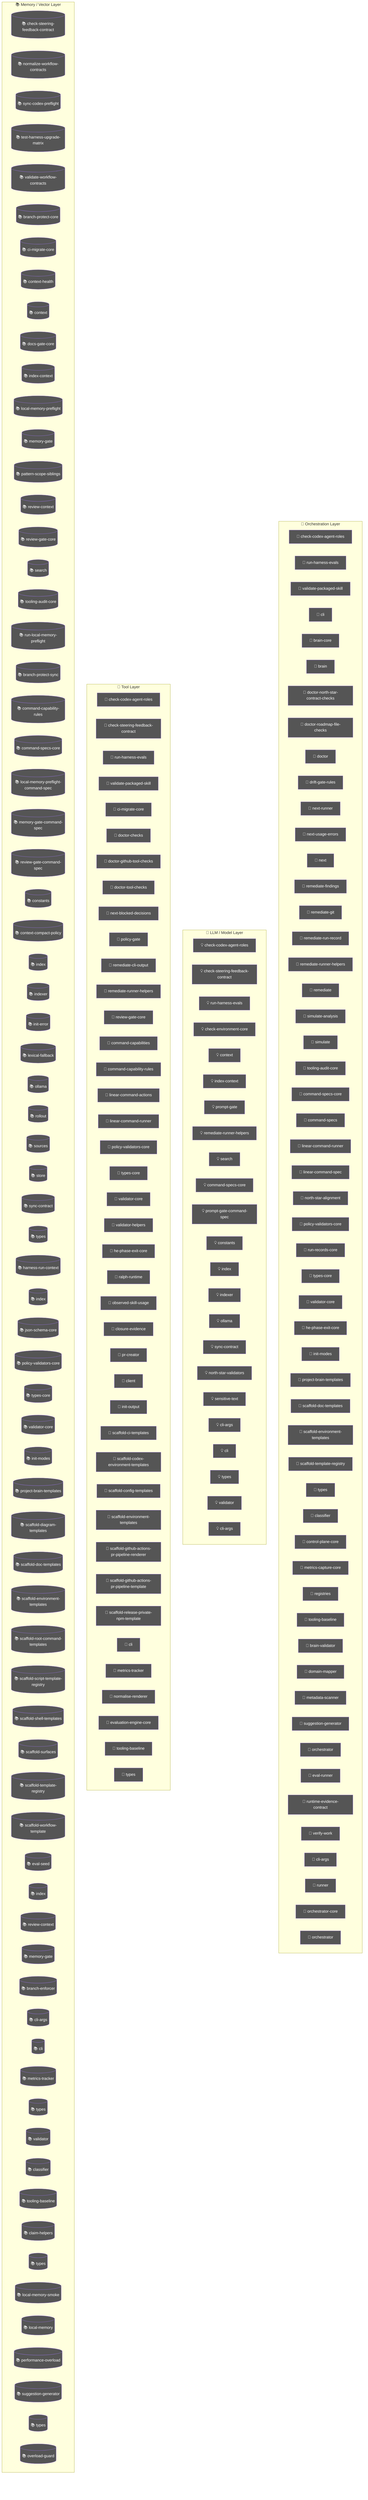
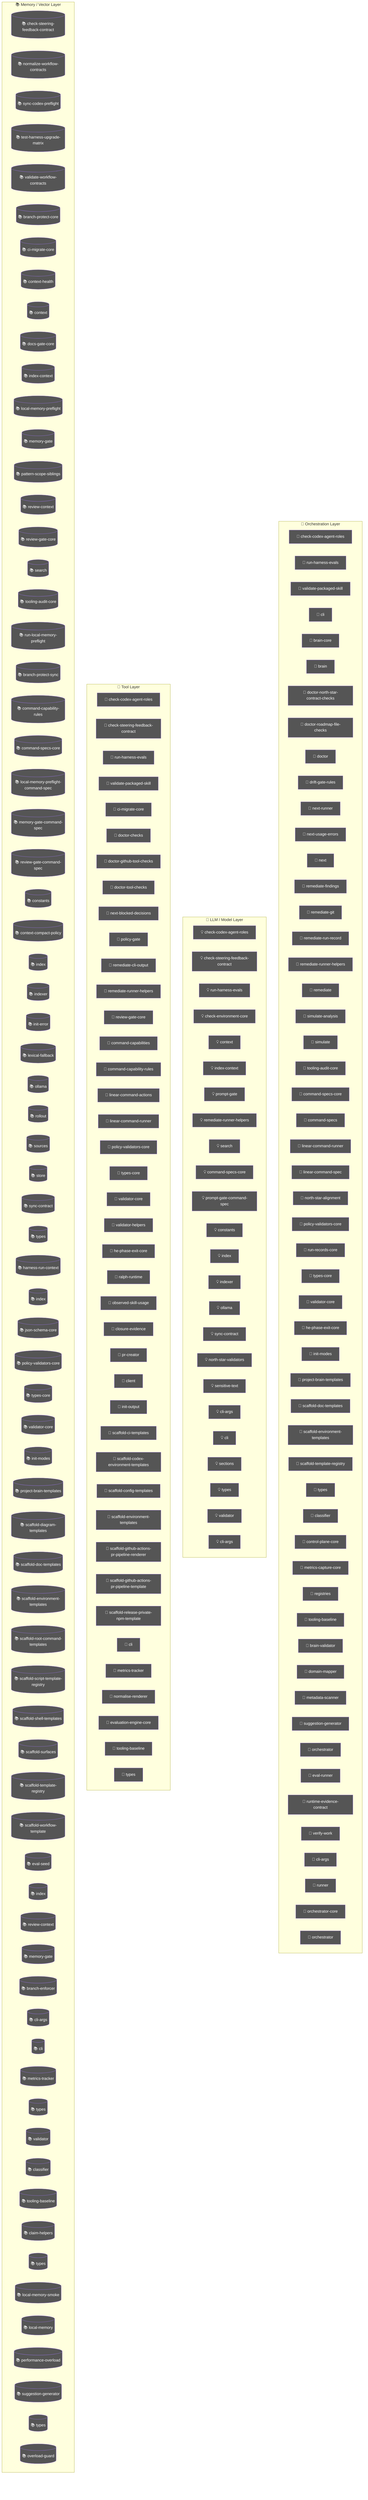
flowchart TD
  subgraph Orchestration["🎯 Orchestration Layer"]
    node_agent_mmd_orchestration_layer_orchestration_chec_7a9f0b64["🤖 check-codex-agent-roles"]
    node_agent_mmd_orchestration_layer_orchestration_run__18817957["🤖 run-harness-evals"]
    node_agent_mmd_orchestration_layer_orchestration_vali_c01b04be["🤖 validate-packaged-skill"]
    cli_99bb8840["🤖 cli"]
    brain_core_aa07c380["🤖 brain-core"]
    brain_bbbf7a64["🤖 brain"]
    doctor_north_star_contract_checks_0048124c["🤖 doctor-north-star-contract-checks"]
    doctor_roadmap_file_checks_14447b8e["🤖 doctor-roadmap-file-checks"]
    doctor_72f4be89["🤖 doctor"]
    drift_gate_rules_9685e72d["🤖 drift-gate-rules"]
    next_runner_41643472["🤖 next-runner"]
    next_usage_errors_837a345a["🤖 next-usage-errors"]
    next_c6c1c9a9["🤖 next"]
    remediate_findings_8b09c8c6["🤖 remediate-findings"]
    remediate_git_58c6f6f4["🤖 remediate-git"]
    remediate_run_record_9dfe5dc1["🤖 remediate-run-record"]
    node_agent_mmd_orchestration_layer_orchestration_reme_359fe98f["🤖 remediate-runner-helpers"]
    remediate_06b9c7fc["🤖 remediate"]
    simulate_analysis_164a460c["🤖 simulate-analysis"]
    simulate_b9efe395["🤖 simulate"]
    node_agent_mmd_orchestration_layer_orchestration_tool_acfe0c01["🤖 tooling-audit-core"]
    node_agent_mmd_orchestration_layer_orchestration_comm_1f8cc24c["🤖 command-specs-core"]
    command_specs_69167c63["🤖 command-specs"]
    node_agent_mmd_orchestration_layer_orchestration_line_b67affd5["🤖 linear-command-runner"]
    linear_command_spec_1e12dd44["🤖 linear-command-spec"]
    north_star_alignment_00440188["🤖 north-star-alignment"]
    node_agent_mmd_orchestration_layer_orchestration_poli_3270b55d["🤖 policy-validators-core"]
    run_records_core_89286dfa["🤖 run-records-core"]
    node_agent_mmd_orchestration_layer_orchestration_type_7cf81261["🤖 types-core"]
    node_agent_mmd_orchestration_layer_orchestration_vali_d9fe99e6["🤖 validator-core"]
    node_agent_mmd_orchestration_layer_orchestration_he_p_fc778c24["🤖 he-phase-exit-core"]
    node_agent_mmd_orchestration_layer_orchestration_init_2a9c3ecb["🤖 init-modes"]
    node_agent_mmd_orchestration_layer_orchestration_proj_6ab6f60f["🤖 project-brain-templates"]
    node_agent_mmd_orchestration_layer_orchestration_scaf_12cc07db["🤖 scaffold-doc-templates"]
    node_agent_mmd_orchestration_layer_orchestration_scaf_c9a90c2f["🤖 scaffold-environment-templates"]
    node_agent_mmd_orchestration_layer_orchestration_scaf_ff8f92f6["🤖 scaffold-template-registry"]
    types_9_1db4641f["🤖 types"]
    node_agent_mmd_orchestration_layer_orchestration_clas_899b821a["🤖 classifier"]
    control_plane_core_db3b4cb2["🤖 control-plane-core"]
    metrics_capture_core_db4bf7cf["🤖 metrics-capture-core"]
    registries_06402afa["🤖 registries"]
    node_agent_mmd_orchestration_layer_orchestration_tool_cc43149f["🤖 tooling-baseline"]
    brain_validator_be251832["🤖 brain-validator"]
    domain_mapper_cd9333d2["🤖 domain-mapper"]
    metadata_scanner_6a101b66["🤖 metadata-scanner"]
    node_agent_mmd_orchestration_layer_orchestration_sugg_85c5ebe3["🤖 suggestion-generator"]
    orchestrator_11376b7e["🤖 orchestrator"]
    eval_runner_0966a6b3["🤖 eval-runner"]
    runtime_evidence_contract_0f7b15b2["🤖 runtime-evidence-contract"]
    verify_work_1_cd8e7ec3["🤖 verify-work"]
    cli_args_8_d546936e["🤖 cli-args"]
    runner_527aa9f4["🤖 runner"]
    orchestrator_core_d0678b53["🤖 orchestrator-core"]
    orchestrator_1_6b7137c5["🤖 orchestrator"]
  end
  subgraph LLMLayer["🧠 LLM / Model Layer"]
    node_agent_mmd_llm_model_layer_llmlayer_check_codex_a_29e7b7fa["💡 check-codex-agent-roles"]
    node_agent_mmd_llm_model_layer_llmlayer_check_steerin_a7dbbd2f["💡 check-steering-feedback-contract"]
    node_agent_mmd_llm_model_layer_llmlayer_run_harness_e_603fcfdc["💡 run-harness-evals"]
    check_environment_core_2c16213f["💡 check-environment-core"]
    node_agent_mmd_llm_model_layer_llmlayer_context_conte_ad2dfbd9["💡 context"]
    node_agent_mmd_llm_model_layer_llmlayer_index_context_1041bd11["💡 index-context"]
    prompt_gate_c5e9d207["💡 prompt-gate"]
    node_agent_mmd_llm_model_layer_llmlayer_remediate_run_9e3d4585["💡 remediate-runner-helpers"]
    node_agent_mmd_llm_model_layer_llmlayer_search_search_66b9a911["💡 search"]
    node_agent_mmd_llm_model_layer_llmlayer_command_specs_782af9fa["💡 command-specs-core"]
    prompt_gate_command_spec_9a941482["💡 prompt-gate-command-spec"]
    node_agent_mmd_llm_model_layer_llmlayer_constants_con_c9bd3f6c["💡 constants"]
    node_agent_mmd_llm_model_layer_llmlayer_index_index_1_02e160ff["💡 index"]
    node_agent_mmd_llm_model_layer_llmlayer_indexer_index_4f4deef5["💡 indexer"]
    node_agent_mmd_llm_model_layer_llmlayer_ollama_ollama_968b23fa["💡 ollama"]
    node_agent_mmd_llm_model_layer_llmlayer_sync_contract_9f3cc8c1["💡 sync-contract"]
    north_star_validators_cfc926ce["💡 north-star-validators"]
    sensitive_text_7c11f760["💡 sensitive-text"]
    cli_args_5_09ea29f0["💡 cli-args"]
    cli_6_eac72be2["💡 cli"]
+     sections_4697ef32["💡 sections"]
    types_19_eb4ad5f0["💡 types"]
    validator_6_3688adbf["💡 validator"]
    cli_args_6_be6244ad["💡 cli-args"]
  end
  subgraph ToolLayer["🔧 Tool Layer"]
    node_agent_mmd_tool_layer_toollayer_check_codex_agent_4b361d5a["🔧 check-codex-agent-roles"]
    node_agent_mmd_tool_layer_toollayer_check_steering_fe_84ed22c2["🔧 check-steering-feedback-contract"]
    node_agent_mmd_tool_layer_toollayer_run_harness_evals_e2ee24f1["🔧 run-harness-evals"]
    node_agent_mmd_tool_layer_toollayer_validate_packaged_f6ed6f12["🔧 validate-packaged-skill"]
    node_agent_mmd_tool_layer_toollayer_ci_migrate_core_c_049f8460["🔧 ci-migrate-core"]
    doctor_checks_5a2eb2b9["🔧 doctor-checks"]
    doctor_github_tool_checks_a53b0382["🔧 doctor-github-tool-checks"]
    doctor_tool_checks_4acac51a["🔧 doctor-tool-checks"]
    next_blocked_decisions_4140ad2b["🔧 next-blocked-decisions"]
    policy_gate_213f7313["🔧 policy-gate"]
    remediate_cli_output_cc165396["🔧 remediate-cli-output"]
    node_agent_mmd_tool_layer_toollayer_remediate_runner__c003b871["🔧 remediate-runner-helpers"]
    node_agent_mmd_tool_layer_toollayer_review_gate_core__7704598b["🔧 review-gate-core"]
    command_capabilities_a4d5c71e["🔧 command-capabilities"]
    node_agent_mmd_tool_layer_toollayer_command_capabilit_e97a4615["🔧 command-capability-rules"]
    linear_command_actions_e430f4f4["🔧 linear-command-actions"]
    node_agent_mmd_tool_layer_toollayer_linear_command_ru_d6763748["🔧 linear-command-runner"]
    node_agent_mmd_tool_layer_toollayer_policy_validators_af136abf["🔧 policy-validators-core"]
    node_agent_mmd_tool_layer_toollayer_types_core_types__6c8319b6["🔧 types-core"]
    node_agent_mmd_tool_layer_toollayer_validator_core_va_6ef6131f["🔧 validator-core"]
    validator_helpers_7b927667["🔧 validator-helpers"]
    node_agent_mmd_tool_layer_toollayer_he_phase_exit_cor_af016160["🔧 he-phase-exit-core"]
    ralph_runtime_73d63c0e["🔧 ralph-runtime"]
    observed_skill_usage_ed7d5930["🔧 observed-skill-usage"]
    closure_evidence_aaa31467["🔧 closure-evidence"]
    pr_creator_dc6b1ea4["🔧 pr-creator"]
    client_948fe603["🔧 client"]
    init_output_360dce91["🔧 init-output"]
    scaffold_ci_templates_2afd6392["🔧 scaffold-ci-templates"]
    scaffold_codex_environment_templates_334fbbed["🔧 scaffold-codex-environment-templates"]
    scaffold_config_templates_4b80ce53["🔧 scaffold-config-templates"]
    node_agent_mmd_tool_layer_toollayer_scaffold_environm_c1afc013["🔧 scaffold-environment-templates"]
    scaffold_github_actions_pr_pipeline_renderer_1ee18de5["🔧 scaffold-github-actions-pr-pipeline-renderer"]
    scaffold_github_actions_pr_pipeline_template_e2b85f62["🔧 scaffold-github-actions-pr-pipeline-template"]
    scaffold_release_private_npm_template_075499f8["🔧 scaffold-release-private-npm-template"]
    node_agent_mmd_tool_layer_toollayer_cli_cli_2_1_32d9eeaf["🔧 cli"]
    node_agent_mmd_tool_layer_toollayer_metrics_tracker_m_4c9237d8["🔧 metrics-tracker"]
    normalise_renderer_85f2e563["🔧 normalise-renderer"]
    evaluation_engine_core_e054fe49["🔧 evaluation-engine-core"]
    node_agent_mmd_tool_layer_toollayer_tooling_baseline__61e66e9f["🔧 tooling-baseline"]
    types_25_89d086aa["🔧 types"]
  end
  subgraph MemoryLayer["📚 Memory / Vector Layer"]
    node_agent_mmd_memory_vector_layer_memorylayer_check__d71f8993[("📚 check-steering-feedback-contract")]
    normalize_workflow_contracts_8701f1c8[("📚 normalize-workflow-contracts")]
    sync_codex_preflight_7e7a8dc2[("📚 sync-codex-preflight")]
    test_harness_upgrade_matrix_84113c4e[("📚 test-harness-upgrade-matrix")]
    validate_workflow_contracts_33dc063c[("📚 validate-workflow-contracts")]
    branch_protect_core_a8feb0fd[("📚 branch-protect-core")]
    node_agent_mmd_memory_vector_layer_memorylayer_ci_mig_0cd5b1a4[("📚 ci-migrate-core")]
    context_health_80bb7da9[("📚 context-health")]
    node_agent_mmd_memory_vector_layer_memorylayer_contex_78ceaaa9[("📚 context")]
    docs_gate_core_eb9b6c18[("📚 docs-gate-core")]
    node_agent_mmd_memory_vector_layer_memorylayer_index__6f3402d0[("📚 index-context")]
    local_memory_preflight_dcc36c42[("📚 local-memory-preflight")]
    memory_gate_a577a506[("📚 memory-gate")]
    pattern_scope_siblings_43abe000[("📚 pattern-scope-siblings")]
    review_context_ca6cf81d[("📚 review-context")]
    node_agent_mmd_memory_vector_layer_memorylayer_review_5bee9816[("📚 review-gate-core")]
    node_agent_mmd_memory_vector_layer_memorylayer_search_ac35cb7e[("📚 search")]
    node_agent_mmd_memory_vector_layer_memorylayer_toolin_a1185b8f[("📚 tooling-audit-core")]
    run_local_memory_preflight_36e92808[("📚 run-local-memory-preflight")]
    branch_protect_sync_570adb18[("📚 branch-protect-sync")]
    node_agent_mmd_memory_vector_layer_memorylayer_comman_c72a5d05[("📚 command-capability-rules")]
    node_agent_mmd_memory_vector_layer_memorylayer_comman_111eb454[("📚 command-specs-core")]
    local_memory_preflight_command_spec_9e23f3ce[("📚 local-memory-preflight-command-spec")]
    memory_gate_command_spec_dc9001a9[("📚 memory-gate-command-spec")]
    review_gate_command_spec_3187376a[("📚 review-gate-command-spec")]
    node_agent_mmd_memory_vector_layer_memorylayer_consta_702d3f46[("📚 constants")]
    context_compact_policy_3dcaf95d[("📚 context-compact-policy")]
    node_agent_mmd_memory_vector_layer_memorylayer_index__752bc61e[("📚 index")]
    node_agent_mmd_memory_vector_layer_memorylayer_indexe_93e6d86f[("📚 indexer")]
    init_error_5c7dd49f[("📚 init-error")]
    lexical_fallback_723e2b3e[("📚 lexical-fallback")]
    node_agent_mmd_memory_vector_layer_memorylayer_ollama_6d51be16[("📚 ollama")]
    rollout_a4fa034c[("📚 rollout")]
    sources_878a52fc[("📚 sources")]
    store_824d80d7[("📚 store")]
    node_agent_mmd_memory_vector_layer_memorylayer_sync_c_e43418bc[("📚 sync-contract")]
    types_4_822d0f88[("📚 types")]
    harness_run_context_ac7c77a9[("📚 harness-run-context")]
    index_1_faebc14e[("📚 index")]
    json_schema_core_96d7e328[("📚 json-schema-core")]
    node_agent_mmd_memory_vector_layer_memorylayer_policy_1944de42[("📚 policy-validators-core")]
    node_agent_mmd_memory_vector_layer_memorylayer_types__83f369fa[("📚 types-core")]
    node_agent_mmd_memory_vector_layer_memorylayer_valida_41034356[("📚 validator-core")]
    node_agent_mmd_memory_vector_layer_memorylayer_init_m_333d02c5[("📚 init-modes")]
    node_agent_mmd_memory_vector_layer_memorylayer_projec_3ae304d9[("📚 project-brain-templates")]
    scaffold_diagram_templates_dd88e83c[("📚 scaffold-diagram-templates")]
    node_agent_mmd_memory_vector_layer_memorylayer_scaffo_5fd73b94[("📚 scaffold-doc-templates")]
    node_agent_mmd_memory_vector_layer_memorylayer_scaffo_12b42341[("📚 scaffold-environment-templates")]
    scaffold_root_command_templates_404fed7f[("📚 scaffold-root-command-templates")]
    scaffold_script_template_registry_69312d4e[("📚 scaffold-script-template-registry")]
    scaffold_shell_templates_0ad0f915[("📚 scaffold-shell-templates")]
    scaffold_surfaces_12d6494e[("📚 scaffold-surfaces")]
    node_agent_mmd_memory_vector_layer_memorylayer_scaffo_a86eece1[("📚 scaffold-template-registry")]
    scaffold_workflow_template_92310587[("📚 scaffold-workflow-template")]
    eval_seed_5699fd3e[("📚 eval-seed")]
    index_4_013aa0e3[("📚 index")]
    review_context_1_e3afed15[("📚 review-context")]
    memory_gate_1_265164ac[("📚 memory-gate")]
    branch_enforcer_acb749cd[("📚 branch-enforcer")]
    cli_args_2_81c58cf7[("📚 cli-args")]
    node_agent_mmd_memory_vector_layer_memorylayer_cli_cl_1f1f89ab[("📚 cli")]
    node_agent_mmd_memory_vector_layer_memorylayer_metric_12562178[("📚 metrics-tracker")]
    types_11_4be3ee64[("📚 types")]
    validator_4_5180cf23[("📚 validator")]
    node_agent_mmd_memory_vector_layer_memorylayer_classi_1ebbf5ff[("📚 classifier")]
    node_agent_mmd_memory_vector_layer_memorylayer_toolin_14f86b00[("📚 tooling-baseline")]
    claim_helpers_20dc8387[("📚 claim-helpers")]
    types_16_0fae1112[("📚 types")]
    local_memory_smoke_1175abfc[("📚 local-memory-smoke")]
    local_memory_0db17ecc[("📚 local-memory")]
    performance_overload_c685bfcf[("📚 performance-overload")]
    node_agent_mmd_memory_vector_layer_memorylayer_sugges_267f408d[("📚 suggestion-generator")]
    types_23_4352ee2e[("📚 types")]
    overload_guard_2748c559[("📚 overload-guard")]
  end
  classDef agentNode fill:#555,color:#fff
  class node_agent_mmd_orchestration_layer_orchestration_chec_7a9f0b64,node_agent_mmd_llm_model_layer_llmlayer_check_codex_a_29e7b7fa,node_agent_mmd_tool_layer_toollayer_check_codex_agent_4b361d5a,node_agent_mmd_orchestration_layer_orchestration_run__18817957,node_agent_mmd_llm_model_layer_llmlayer_run_harness_e_603fcfdc,node_agent_mmd_tool_layer_toollayer_run_harness_evals_e2ee24f1,node_agent_mmd_orchestration_layer_orchestration_vali_c01b04be,node_agent_mmd_tool_layer_toollayer_validate_packaged_f6ed6f12,cli_99bb8840,brain_core_aa07c380,brain_bbbf7a64,doctor_north_star_contract_checks_0048124c,doctor_roadmap_file_checks_14447b8e,doctor_72f4be89,drift_gate_rules_9685e72d,next_runner_41643472,next_usage_errors_837a345a,next_c6c1c9a9,remediate_findings_8b09c8c6,remediate_git_58c6f6f4,remediate_run_record_9dfe5dc1,node_agent_mmd_orchestration_layer_orchestration_reme_359fe98f,node_agent_mmd_llm_model_layer_llmlayer_remediate_run_9e3d4585,node_agent_mmd_tool_layer_toollayer_remediate_runner__c003b871,remediate_06b9c7fc,simulate_analysis_164a460c,simulate_b9efe395,node_agent_mmd_orchestration_layer_orchestration_tool_acfe0c01,node_agent_mmd_memory_vector_layer_memorylayer_toolin_a1185b8f,node_agent_mmd_orchestration_layer_orchestration_comm_1f8cc24c,node_agent_mmd_llm_model_layer_llmlayer_command_specs_782af9fa,node_agent_mmd_memory_vector_layer_memorylayer_comman_111eb454,command_specs_69167c63,node_agent_mmd_orchestration_layer_orchestration_line_b67affd5,node_agent_mmd_tool_layer_toollayer_linear_command_ru_d6763748,linear_command_spec_1e12dd44,north_star_alignment_00440188,node_agent_mmd_orchestration_layer_orchestration_poli_3270b55d,node_agent_mmd_tool_layer_toollayer_policy_validators_af136abf,node_agent_mmd_memory_vector_layer_memorylayer_policy_1944de42,run_records_core_89286dfa,node_agent_mmd_orchestration_layer_orchestration_type_7cf81261,node_agent_mmd_tool_layer_toollayer_types_core_types__6c8319b6,node_agent_mmd_memory_vector_layer_memorylayer_types__83f369fa,node_agent_mmd_orchestration_layer_orchestration_vali_d9fe99e6,node_agent_mmd_tool_layer_toollayer_validator_core_va_6ef6131f,node_agent_mmd_memory_vector_layer_memorylayer_valida_41034356,node_agent_mmd_orchestration_layer_orchestration_he_p_fc778c24,node_agent_mmd_tool_layer_toollayer_he_phase_exit_cor_af016160,node_agent_mmd_orchestration_layer_orchestration_init_2a9c3ecb,node_agent_mmd_memory_vector_layer_memorylayer_init_m_333d02c5,node_agent_mmd_orchestration_layer_orchestration_proj_6ab6f60f,node_agent_mmd_memory_vector_layer_memorylayer_projec_3ae304d9,node_agent_mmd_orchestration_layer_orchestration_scaf_12cc07db,node_agent_mmd_memory_vector_layer_memorylayer_scaffo_5fd73b94,node_agent_mmd_orchestration_layer_orchestration_scaf_c9a90c2f,node_agent_mmd_tool_layer_toollayer_scaffold_environm_c1afc013,node_agent_mmd_memory_vector_layer_memorylayer_scaffo_12b42341,node_agent_mmd_orchestration_layer_orchestration_scaf_ff8f92f6,node_agent_mmd_memory_vector_layer_memorylayer_scaffo_a86eece1,types_9_1db4641f,node_agent_mmd_orchestration_layer_orchestration_clas_899b821a,node_agent_mmd_memory_vector_layer_memorylayer_classi_1ebbf5ff,control_plane_core_db3b4cb2,metrics_capture_core_db4bf7cf,registries_06402afa,node_agent_mmd_orchestration_layer_orchestration_tool_cc43149f,node_agent_mmd_tool_layer_toollayer_tooling_baseline__61e66e9f,node_agent_mmd_memory_vector_layer_memorylayer_toolin_14f86b00,brain_validator_be251832,domain_mapper_cd9333d2,metadata_scanner_6a101b66,node_agent_mmd_orchestration_layer_orchestration_sugg_85c5ebe3,node_agent_mmd_memory_vector_layer_memorylayer_sugges_267f408d,orchestrator_11376b7e,eval_runner_0966a6b3,runtime_evidence_contract_0f7b15b2,verify_work_1_cd8e7ec3,cli_args_8_d546936e,runner_527aa9f4,orchestrator_core_d0678b53,orchestrator_1_6b7137c5 agentNode
  classDef llmNode fill:#555,color:#fff
-   class node_agent_mmd_orchestration_layer_orchestration_chec_7a9f0b64,node_agent_mmd_llm_model_layer_llmlayer_check_codex_a_29e7b7fa,node_agent_mmd_tool_layer_toollayer_check_codex_agent_4b361d5a,node_agent_mmd_llm_model_layer_llmlayer_check_steerin_a7dbbd2f,node_agent_mmd_tool_layer_toollayer_check_steering_fe_84ed22c2,node_agent_mmd_memory_vector_layer_memorylayer_check__d71f8993,node_agent_mmd_orchestration_layer_orchestration_run__18817957,node_agent_mmd_llm_model_layer_llmlayer_run_harness_e_603fcfdc,node_agent_mmd_tool_layer_toollayer_run_harness_evals_e2ee24f1,check_environment_core_2c16213f,node_agent_mmd_llm_model_layer_llmlayer_context_conte_ad2dfbd9,node_agent_mmd_memory_vector_layer_memorylayer_contex_78ceaaa9,node_agent_mmd_llm_model_layer_llmlayer_index_context_1041bd11,node_agent_mmd_memory_vector_layer_memorylayer_index__6f3402d0,prompt_gate_c5e9d207,node_agent_mmd_orchestration_layer_orchestration_reme_359fe98f,node_agent_mmd_llm_model_layer_llmlayer_remediate_run_9e3d4585,node_agent_mmd_tool_layer_toollayer_remediate_runner__c003b871,node_agent_mmd_llm_model_layer_llmlayer_search_search_66b9a911,node_agent_mmd_memory_vector_layer_memorylayer_search_ac35cb7e,node_agent_mmd_orchestration_layer_orchestration_comm_1f8cc24c,node_agent_mmd_llm_model_layer_llmlayer_command_specs_782af9fa,node_agent_mmd_memory_vector_layer_memorylayer_comman_111eb454,prompt_gate_command_spec_9a941482,node_agent_mmd_llm_model_layer_llmlayer_constants_con_c9bd3f6c,node_agent_mmd_memory_vector_layer_memorylayer_consta_702d3f46,node_agent_mmd_llm_model_layer_llmlayer_index_index_1_02e160ff,node_agent_mmd_memory_vector_layer_memorylayer_index__752bc61e,node_agent_mmd_llm_model_layer_llmlayer_indexer_index_4f4deef5,node_agent_mmd_memory_vector_layer_memorylayer_indexe_93e6d86f,node_agent_mmd_llm_model_layer_llmlayer_ollama_ollama_968b23fa,node_agent_mmd_memory_vector_layer_memorylayer_ollama_6d51be16,node_agent_mmd_llm_model_layer_llmlayer_sync_contract_9f3cc8c1,node_agent_mmd_memory_vector_layer_memorylayer_sync_c_e43418bc,north_star_validators_cfc926ce,sensitive_text_7c11f760,cli_args_5_09ea29f0,cli_6_eac72be2,types_19_eb4ad5f0,validator_6_3688adbf,cli_args_6_be6244ad llmNode
+   class node_agent_mmd_orchestration_layer_orchestration_chec_7a9f0b64,node_agent_mmd_llm_model_layer_llmlayer_check_codex_a_29e7b7fa,node_agent_mmd_tool_layer_toollayer_check_codex_agent_4b361d5a,node_agent_mmd_llm_model_layer_llmlayer_check_steerin_a7dbbd2f,node_agent_mmd_tool_layer_toollayer_check_steering_fe_84ed22c2,node_agent_mmd_memory_vector_layer_memorylayer_check__d71f8993,node_agent_mmd_orchestration_layer_orchestration_run__18817957,node_agent_mmd_llm_model_layer_llmlayer_run_harness_e_603fcfdc,node_agent_mmd_tool_layer_toollayer_run_harness_evals_e2ee24f1,check_environment_core_2c16213f,node_agent_mmd_llm_model_layer_llmlayer_context_conte_ad2dfbd9,node_agent_mmd_memory_vector_layer_memorylayer_contex_78ceaaa9,node_agent_mmd_llm_model_layer_llmlayer_index_context_1041bd11,node_agent_mmd_memory_vector_layer_memorylayer_index__6f3402d0,prompt_gate_c5e9d207,node_agent_mmd_orchestration_layer_orchestration_reme_359fe98f,node_agent_mmd_llm_model_layer_llmlayer_remediate_run_9e3d4585,node_agent_mmd_tool_layer_toollayer_remediate_runner__c003b871,node_agent_mmd_llm_model_layer_llmlayer_search_search_66b9a911,node_agent_mmd_memory_vector_layer_memorylayer_search_ac35cb7e,node_agent_mmd_orchestration_layer_orchestration_comm_1f8cc24c,node_agent_mmd_llm_model_layer_llmlayer_command_specs_782af9fa,node_agent_mmd_memory_vector_layer_memorylayer_comman_111eb454,prompt_gate_command_spec_9a941482,node_agent_mmd_llm_model_layer_llmlayer_constants_con_c9bd3f6c,node_agent_mmd_memory_vector_layer_memorylayer_consta_702d3f46,node_agent_mmd_llm_model_layer_llmlayer_index_index_1_02e160ff,node_agent_mmd_memory_vector_layer_memorylayer_index__752bc61e,node_agent_mmd_llm_model_layer_llmlayer_indexer_index_4f4deef5,node_agent_mmd_memory_vector_layer_memorylayer_indexe_93e6d86f,node_agent_mmd_llm_model_layer_llmlayer_ollama_ollama_968b23fa,node_agent_mmd_memory_vector_layer_memorylayer_ollama_6d51be16,node_agent_mmd_llm_model_layer_llmlayer_sync_contract_9f3cc8c1,node_agent_mmd_memory_vector_layer_memorylayer_sync_c_e43418bc,north_star_validators_cfc926ce,sensitive_text_7c11f760,cli_args_5_09ea29f0,cli_6_eac72be2,sections_4697ef32,types_19_eb4ad5f0,validator_6_3688adbf,cli_args_6_be6244ad llmNode
  classDef toolNode fill:#555,color:#fff
  class node_agent_mmd_orchestration_layer_orchestration_chec_7a9f0b64,node_agent_mmd_llm_model_layer_llmlayer_check_codex_a_29e7b7fa,node_agent_mmd_tool_layer_toollayer_check_codex_agent_4b361d5a,node_agent_mmd_llm_model_layer_llmlayer_check_steerin_a7dbbd2f,node_agent_mmd_tool_layer_toollayer_check_steering_fe_84ed22c2,node_agent_mmd_memory_vector_layer_memorylayer_check__d71f8993,node_agent_mmd_orchestration_layer_orchestration_run__18817957,node_agent_mmd_llm_model_layer_llmlayer_run_harness_e_603fcfdc,node_agent_mmd_tool_layer_toollayer_run_harness_evals_e2ee24f1,node_agent_mmd_orchestration_layer_orchestration_vali_c01b04be,node_agent_mmd_tool_layer_toollayer_validate_packaged_f6ed6f12,node_agent_mmd_tool_layer_toollayer_ci_migrate_core_c_049f8460,node_agent_mmd_memory_vector_layer_memorylayer_ci_mig_0cd5b1a4,doctor_checks_5a2eb2b9,doctor_github_tool_checks_a53b0382,doctor_tool_checks_4acac51a,next_blocked_decisions_4140ad2b,policy_gate_213f7313,remediate_cli_output_cc165396,node_agent_mmd_orchestration_layer_orchestration_reme_359fe98f,node_agent_mmd_llm_model_layer_llmlayer_remediate_run_9e3d4585,node_agent_mmd_tool_layer_toollayer_remediate_runner__c003b871,node_agent_mmd_tool_layer_toollayer_review_gate_core__7704598b,node_agent_mmd_memory_vector_layer_memorylayer_review_5bee9816,command_capabilities_a4d5c71e,node_agent_mmd_tool_layer_toollayer_command_capabilit_e97a4615,node_agent_mmd_memory_vector_layer_memorylayer_comman_c72a5d05,linear_command_actions_e430f4f4,node_agent_mmd_orchestration_layer_orchestration_line_b67affd5,node_agent_mmd_tool_layer_toollayer_linear_command_ru_d6763748,node_agent_mmd_orchestration_layer_orchestration_poli_3270b55d,node_agent_mmd_tool_layer_toollayer_policy_validators_af136abf,node_agent_mmd_memory_vector_layer_memorylayer_policy_1944de42,node_agent_mmd_orchestration_layer_orchestration_type_7cf81261,node_agent_mmd_tool_layer_toollayer_types_core_types__6c8319b6,node_agent_mmd_memory_vector_layer_memorylayer_types__83f369fa,node_agent_mmd_orchestration_layer_orchestration_vali_d9fe99e6,node_agent_mmd_tool_layer_toollayer_validator_core_va_6ef6131f,node_agent_mmd_memory_vector_layer_memorylayer_valida_41034356,validator_helpers_7b927667,node_agent_mmd_orchestration_layer_orchestration_he_p_fc778c24,node_agent_mmd_tool_layer_toollayer_he_phase_exit_cor_af016160,ralph_runtime_73d63c0e,observed_skill_usage_ed7d5930,closure_evidence_aaa31467,pr_creator_dc6b1ea4,client_948fe603,init_output_360dce91,scaffold_ci_templates_2afd6392,scaffold_codex_environment_templates_334fbbed,scaffold_config_templates_4b80ce53,node_agent_mmd_orchestration_layer_orchestration_scaf_c9a90c2f,node_agent_mmd_tool_layer_toollayer_scaffold_environm_c1afc013,node_agent_mmd_memory_vector_layer_memorylayer_scaffo_12b42341,scaffold_github_actions_pr_pipeline_renderer_1ee18de5,scaffold_github_actions_pr_pipeline_template_e2b85f62,scaffold_release_private_npm_template_075499f8,node_agent_mmd_tool_layer_toollayer_cli_cli_2_1_32d9eeaf,node_agent_mmd_memory_vector_layer_memorylayer_cli_cl_1f1f89ab,node_agent_mmd_tool_layer_toollayer_metrics_tracker_m_4c9237d8,node_agent_mmd_memory_vector_layer_memorylayer_metric_12562178,normalise_renderer_85f2e563,evaluation_engine_core_e054fe49,node_agent_mmd_orchestration_layer_orchestration_tool_cc43149f,node_agent_mmd_tool_layer_toollayer_tooling_baseline__61e66e9f,node_agent_mmd_memory_vector_layer_memorylayer_toolin_14f86b00,types_25_89d086aa toolNode
  classDef memNode fill:#555,color:#fff
  class node_agent_mmd_llm_model_layer_llmlayer_check_steerin_a7dbbd2f,node_agent_mmd_tool_layer_toollayer_check_steering_fe_84ed22c2,node_agent_mmd_memory_vector_layer_memorylayer_check__d71f8993,normalize_workflow_contracts_8701f1c8,sync_codex_preflight_7e7a8dc2,test_harness_upgrade_matrix_84113c4e,validate_workflow_contracts_33dc063c,branch_protect_core_a8feb0fd,node_agent_mmd_tool_layer_toollayer_ci_migrate_core_c_049f8460,node_agent_mmd_memory_vector_layer_memorylayer_ci_mig_0cd5b1a4,context_health_80bb7da9,node_agent_mmd_llm_model_layer_llmlayer_context_conte_ad2dfbd9,node_agent_mmd_memory_vector_layer_memorylayer_contex_78ceaaa9,docs_gate_core_eb9b6c18,node_agent_mmd_llm_model_layer_llmlayer_index_context_1041bd11,node_agent_mmd_memory_vector_layer_memorylayer_index__6f3402d0,local_memory_preflight_dcc36c42,memory_gate_a577a506,pattern_scope_siblings_43abe000,review_context_ca6cf81d,node_agent_mmd_tool_layer_toollayer_review_gate_core__7704598b,node_agent_mmd_memory_vector_layer_memorylayer_review_5bee9816,node_agent_mmd_llm_model_layer_llmlayer_search_search_66b9a911,node_agent_mmd_memory_vector_layer_memorylayer_search_ac35cb7e,node_agent_mmd_orchestration_layer_orchestration_tool_acfe0c01,node_agent_mmd_memory_vector_layer_memorylayer_toolin_a1185b8f,run_local_memory_preflight_36e92808,branch_protect_sync_570adb18,node_agent_mmd_tool_layer_toollayer_command_capabilit_e97a4615,node_agent_mmd_memory_vector_layer_memorylayer_comman_c72a5d05,node_agent_mmd_orchestration_layer_orchestration_comm_1f8cc24c,node_agent_mmd_llm_model_layer_llmlayer_command_specs_782af9fa,node_agent_mmd_memory_vector_layer_memorylayer_comman_111eb454,local_memory_preflight_command_spec_9e23f3ce,memory_gate_command_spec_dc9001a9,review_gate_command_spec_3187376a,node_agent_mmd_llm_model_layer_llmlayer_constants_con_c9bd3f6c,node_agent_mmd_memory_vector_layer_memorylayer_consta_702d3f46,context_compact_policy_3dcaf95d,node_agent_mmd_llm_model_layer_llmlayer_index_index_1_02e160ff,node_agent_mmd_memory_vector_layer_memorylayer_index__752bc61e,node_agent_mmd_llm_model_layer_llmlayer_indexer_index_4f4deef5,node_agent_mmd_memory_vector_layer_memorylayer_indexe_93e6d86f,init_error_5c7dd49f,lexical_fallback_723e2b3e,node_agent_mmd_llm_model_layer_llmlayer_ollama_ollama_968b23fa,node_agent_mmd_memory_vector_layer_memorylayer_ollama_6d51be16,rollout_a4fa034c,sources_878a52fc,store_824d80d7,node_agent_mmd_llm_model_layer_llmlayer_sync_contract_9f3cc8c1,node_agent_mmd_memory_vector_layer_memorylayer_sync_c_e43418bc,types_4_822d0f88,harness_run_context_ac7c77a9,index_1_faebc14e,json_schema_core_96d7e328,node_agent_mmd_orchestration_layer_orchestration_poli_3270b55d,node_agent_mmd_tool_layer_toollayer_policy_validators_af136abf,node_agent_mmd_memory_vector_layer_memorylayer_policy_1944de42,node_agent_mmd_orchestration_layer_orchestration_type_7cf81261,node_agent_mmd_tool_layer_toollayer_types_core_types__6c8319b6,node_agent_mmd_memory_vector_layer_memorylayer_types__83f369fa,node_agent_mmd_orchestration_layer_orchestration_vali_d9fe99e6,node_agent_mmd_tool_layer_toollayer_validator_core_va_6ef6131f,node_agent_mmd_memory_vector_layer_memorylayer_valida_41034356,node_agent_mmd_orchestration_layer_orchestration_init_2a9c3ecb,node_agent_mmd_memory_vector_layer_memorylayer_init_m_333d02c5,node_agent_mmd_orchestration_layer_orchestration_proj_6ab6f60f,node_agent_mmd_memory_vector_layer_memorylayer_projec_3ae304d9,scaffold_diagram_templates_dd88e83c,node_agent_mmd_orchestration_layer_orchestration_scaf_12cc07db,node_agent_mmd_memory_vector_layer_memorylayer_scaffo_5fd73b94,node_agent_mmd_orchestration_layer_orchestration_scaf_c9a90c2f,node_agent_mmd_tool_layer_toollayer_scaffold_environm_c1afc013,node_agent_mmd_memory_vector_layer_memorylayer_scaffo_12b42341,scaffold_root_command_templates_404fed7f,scaffold_script_template_registry_69312d4e,scaffold_shell_templates_0ad0f915,scaffold_surfaces_12d6494e,node_agent_mmd_orchestration_layer_orchestration_scaf_ff8f92f6,node_agent_mmd_memory_vector_layer_memorylayer_scaffo_a86eece1,scaffold_workflow_template_92310587,eval_seed_5699fd3e,index_4_013aa0e3,review_context_1_e3afed15,memory_gate_1_265164ac,branch_enforcer_acb749cd,cli_args_2_81c58cf7,node_agent_mmd_tool_layer_toollayer_cli_cli_2_1_32d9eeaf,node_agent_mmd_memory_vector_layer_memorylayer_cli_cl_1f1f89ab,node_agent_mmd_tool_layer_toollayer_metrics_tracker_m_4c9237d8,node_agent_mmd_memory_vector_layer_memorylayer_metric_12562178,types_11_4be3ee64,validator_4_5180cf23,node_agent_mmd_orchestration_layer_orchestration_clas_899b821a,node_agent_mmd_memory_vector_layer_memorylayer_classi_1ebbf5ff,node_agent_mmd_orchestration_layer_orchestration_tool_cc43149f,node_agent_mmd_tool_layer_toollayer_tooling_baseline__61e66e9f,node_agent_mmd_memory_vector_layer_memorylayer_toolin_14f86b00,claim_helpers_20dc8387,types_16_0fae1112,local_memory_smoke_1175abfc,local_memory_0db17ecc,performance_overload_c685bfcf,node_agent_mmd_orchestration_layer_orchestration_sugg_85c5ebe3,node_agent_mmd_memory_vector_layer_memorylayer_sugges_267f408d,types_23_4352ee2e,overload_guard_2748c559 memNode
